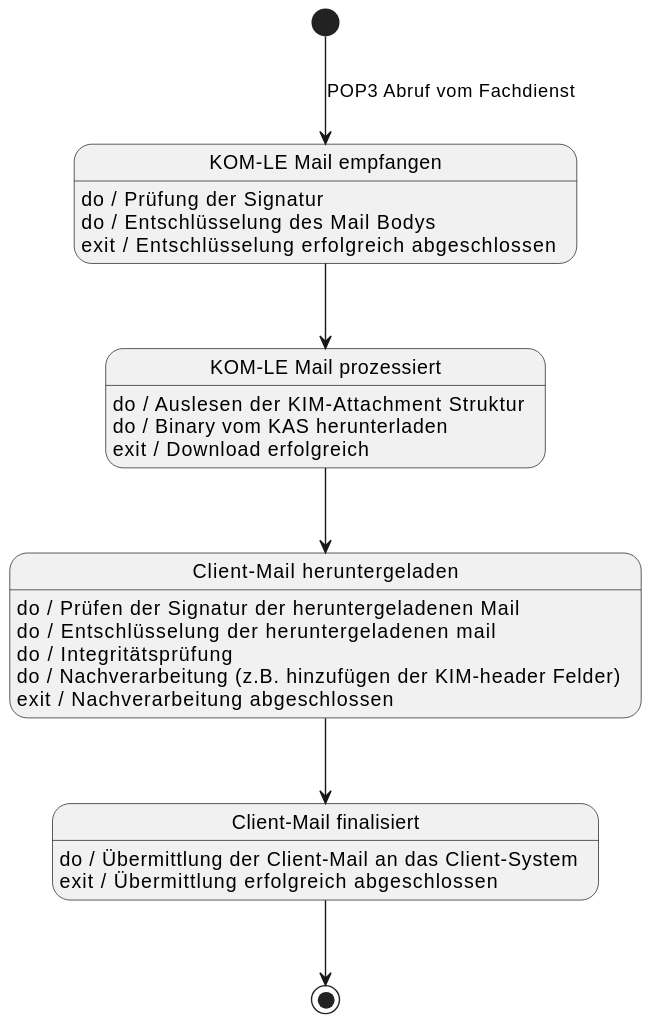
Earlier version of the PlantUML export images/diagrams/eMail_status_empfangen.svg (gematik/api-kim). Source of this version:
```plantuml
@startuml
scale max 2048 width

state "KOM-LE Mail empfangen" as rkm
rkm: do / Prüfung der Signatur
rkm: do / Entschlüsselung des Mail Bodys
rkm: exit / Entschlüsselung erfolgreich abgeschlossen

state "KOM-LE Mail prozessiert" as dkm
dkm: do / Auslesen der KIM-Attachment Struktur
dkm: do / Binary vom KAS herunterladen
dkm: exit / Download erfolgreich

state "Client-Mail heruntergeladen" as kdcm
kdcm: do / Prüfen der Signatur der heruntergeladenen Mail
kdcm: do / Entschlüsselung der heruntergeladenen mail
kdcm: do / Integritätsprüfung
kdcm: do / Nachverarbeitung (z.B. hinzufügen der KIM-header Felder)
kdcm: exit / Nachverarbeitung abgeschlossen

state "Client-Mail finalisiert" as cm
cm: do / Übermittlung der Client-Mail an das Client-System
cm: exit / Übermittlung erfolgreich abgeschlossen

[*] -d-> rkm : POP3 Abruf vom Fachdienst
rkm -d-> dkm
dkm -d-> kdcm
kdcm -d-> cm
cm -d-> [*]

@enduml
```
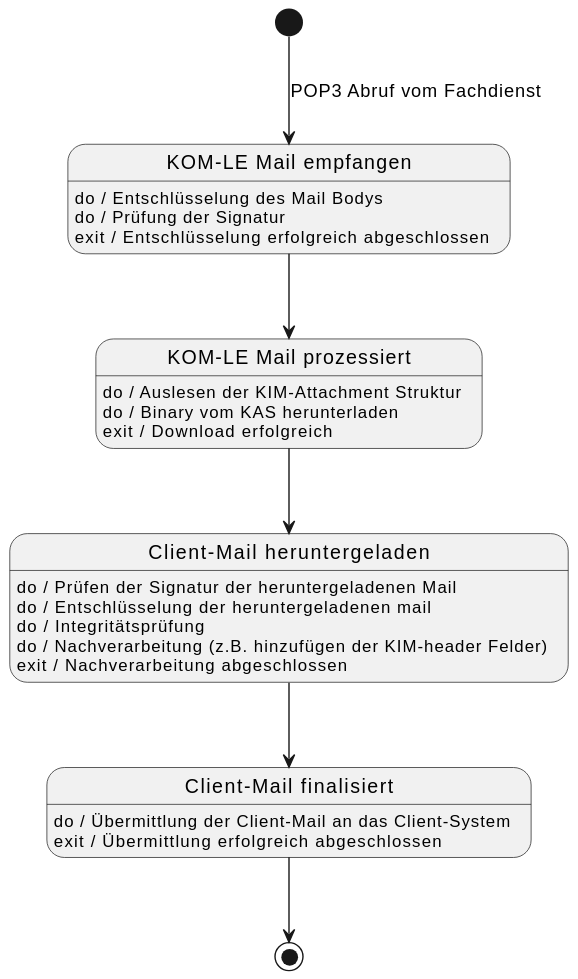
The same file after the commit.

What changed in the source:
```diff
@@ -2,8 +2,8 @@
 scale max 2048 width
 
 state "KOM-LE Mail empfangen" as rkm
+rkm: do / Entschlüsselung des Mail Bodys
 rkm: do / Prüfung der Signatur
-rkm: do / Entschlüsselung des Mail Bodys
 rkm: exit / Entschlüsselung erfolgreich abgeschlossen
 
 state "KOM-LE Mail prozessiert" as dkm
@@ -27,5 +27,4 @@
 dkm -d-> kdcm
 kdcm -d-> cm
 cm -d-> [*]
-
 @enduml
```
